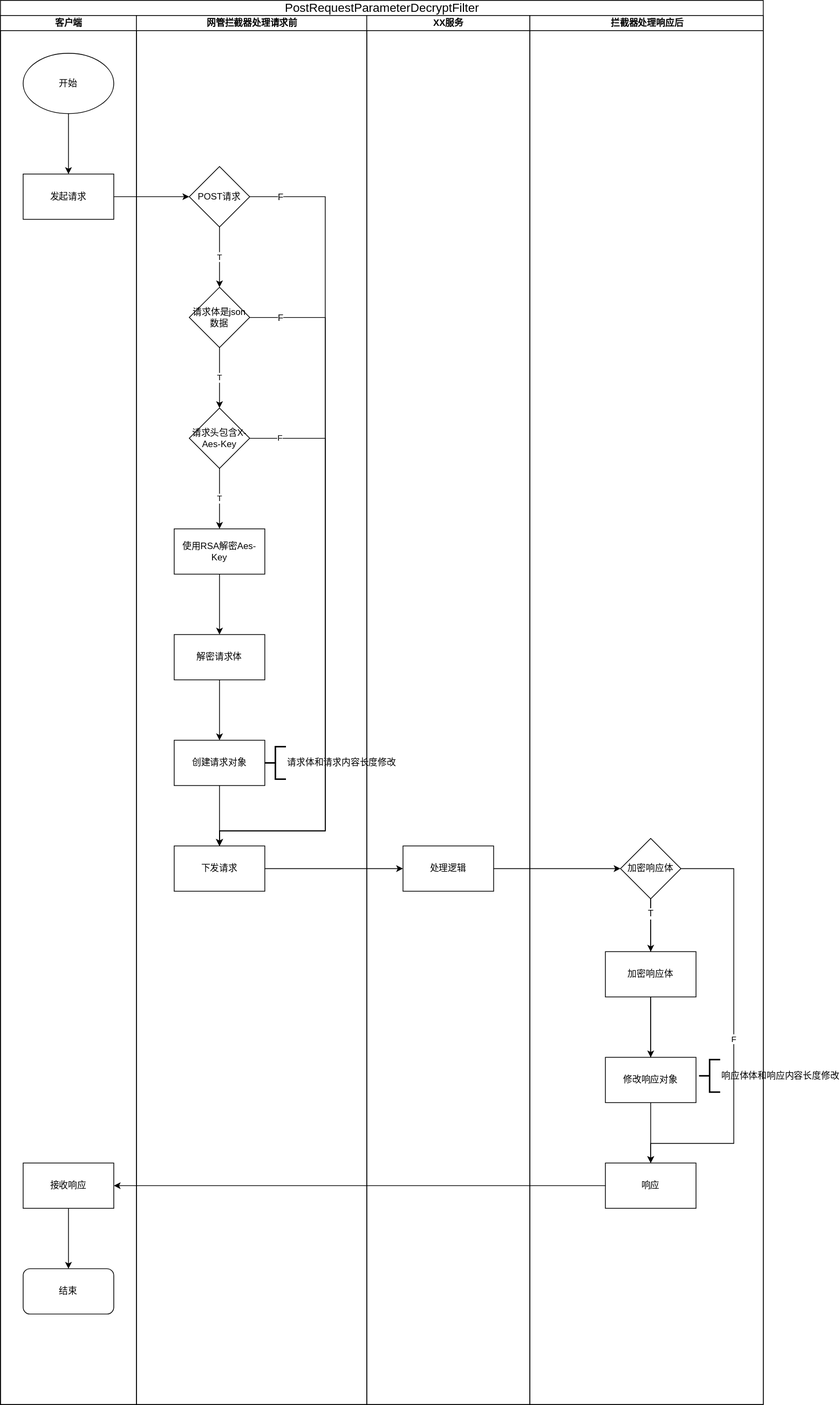
GitHubFeiLong/goudong-java keeps this draw.io diagram as goudong-gateway-server/README.assets/网关加密解密流程.svg. Above is the earlier version. Source tidied: cells renumbered, new cells last; positions are measured from the earlier drawing's top-left corner, leaving out a move shared by most shapes.
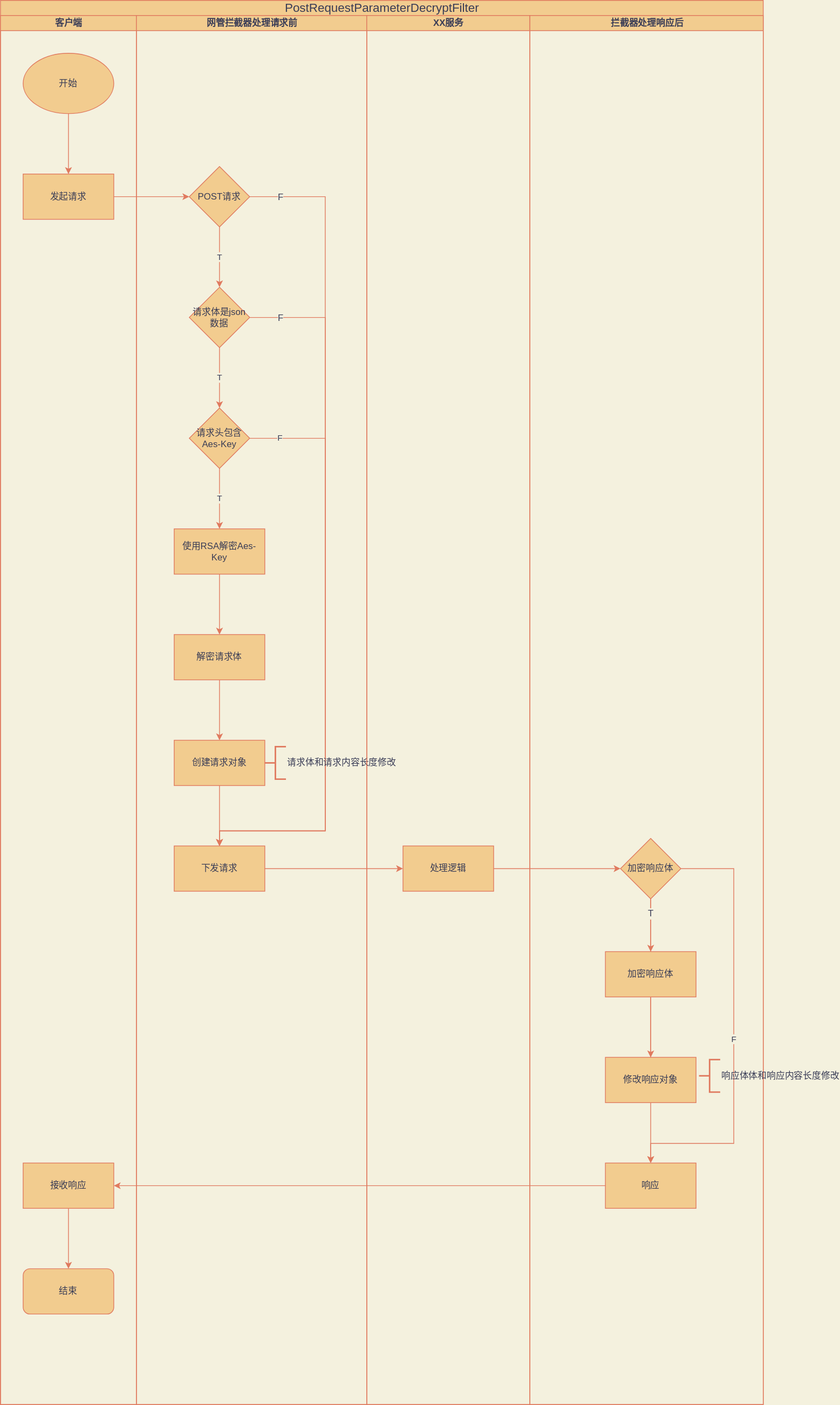
After the change.

Change to the diagram source:
```diff
@@ -1,56 +1,56 @@
-<mxGraphModel>
+<mxGraphModel background="#F4F1DE">
   <root>
     <mxCell id="0" />
     <mxCell id="1" parent="0" />
-    <mxCell id="2" value="&lt;span style=&quot;font-size: 16px ; font-weight: 400 ; white-space: normal&quot;&gt;PostRequestParameterDecryptFilter&lt;/span&gt;" style="swimlane;html=1;startSize=20;" parent="1" vertex="1">
+    <mxCell id="2" value="&lt;span style=&quot;font-size: 16px ; font-weight: 400 ; white-space: normal&quot;&gt;PostRequestParameterDecryptFilter&lt;/span&gt;" style="swimlane;html=1;startSize=20;fillColor=#F2CC8F;strokeColor=#E07A5F;fontColor=#393C56;" parent="1" vertex="1">
       <mxGeometry width="1010" height="1860" as="geometry" />
     </mxCell>
-    <mxCell id="3" value="客户端" style="swimlane;html=1;startSize=20;" parent="2" vertex="1">
+    <mxCell id="3" value="客户端" style="swimlane;html=1;startSize=20;fillColor=#F2CC8F;strokeColor=#E07A5F;fontColor=#393C56;" parent="2" vertex="1">
       <mxGeometry y="20" width="180" height="1840" as="geometry" />
     </mxCell>
-    <mxCell id="4" style="edgeStyle=orthogonalEdgeStyle;rounded=0;jettySize=auto;html=1;" parent="3" edge="1" source="5" target="6">
+    <mxCell id="4" style="edgeStyle=orthogonalEdgeStyle;rounded=0;jettySize=auto;html=1;labelBackgroundColor=#F4F1DE;strokeColor=#E07A5F;fontColor=#393C56;" parent="3" edge="1" source="5" target="6">
       <mxGeometry relative="1" as="geometry" />
     </mxCell>
-    <mxCell id="5" value="开始" style="ellipse;whiteSpace=wrap;html=1;" parent="3" vertex="1">
+    <mxCell id="5" value="开始" style="ellipse;whiteSpace=wrap;html=1;fillColor=#F2CC8F;strokeColor=#E07A5F;fontColor=#393C56;" parent="3" vertex="1">
       <mxGeometry x="30" y="50" width="120" height="80" as="geometry" />
     </mxCell>
-    <mxCell id="6" value="发起请求" style="rounded=0;whiteSpace=wrap;html=1;" parent="3" vertex="1">
+    <mxCell id="6" value="发起请求" style="rounded=0;whiteSpace=wrap;html=1;fillColor=#F2CC8F;strokeColor=#E07A5F;fontColor=#393C56;" parent="3" vertex="1">
       <mxGeometry x="30" y="210" width="120" height="60" as="geometry" />
     </mxCell>
-    <mxCell id="7" value="结束" style="rounded=1;whiteSpace=wrap;html=1;" parent="3" vertex="1">
+    <mxCell id="7" value="结束" style="rounded=1;whiteSpace=wrap;html=1;fillColor=#F2CC8F;strokeColor=#E07A5F;fontColor=#393C56;" parent="3" vertex="1">
       <mxGeometry x="30" y="1660" width="120" height="60" as="geometry" />
     </mxCell>
-    <mxCell id="8" style="edgeStyle=orthogonalEdgeStyle;rounded=0;jettySize=auto;html=1;" parent="3" edge="1" source="9" target="7">
+    <mxCell id="8" style="edgeStyle=orthogonalEdgeStyle;rounded=0;jettySize=auto;html=1;labelBackgroundColor=#F4F1DE;strokeColor=#E07A5F;fontColor=#393C56;" parent="3" edge="1" source="9" target="7">
       <mxGeometry relative="1" as="geometry" />
     </mxCell>
-    <mxCell id="9" value="接收响应" style="rounded=0;whiteSpace=wrap;html=1;" parent="3" vertex="1">
+    <mxCell id="9" value="接收响应" style="rounded=0;whiteSpace=wrap;html=1;fillColor=#F2CC8F;strokeColor=#E07A5F;fontColor=#393C56;" parent="3" vertex="1">
       <mxGeometry x="30" y="1520" width="120" height="60" as="geometry" />
     </mxCell>
-    <mxCell id="10" style="edgeStyle=orthogonalEdgeStyle;rounded=0;jettySize=auto;html=1;entryX=0;entryY=0.5;entryDx=0;entryDy=0;" parent="2" edge="1" source="29" target="32">
+    <mxCell id="10" style="edgeStyle=orthogonalEdgeStyle;rounded=0;jettySize=auto;html=1;entryX=0;entryY=0.5;entryDx=0;entryDy=0;labelBackgroundColor=#F4F1DE;strokeColor=#E07A5F;fontColor=#393C56;" parent="2" edge="1" source="29" target="32">
       <mxGeometry relative="1" as="geometry" />
     </mxCell>
-    <mxCell id="11" value="网管拦截器处理请求前" style="swimlane;html=1;startSize=20;" parent="2" vertex="1">
+    <mxCell id="11" value="网管拦截器处理请求前" style="swimlane;html=1;startSize=20;fillColor=#F2CC8F;strokeColor=#E07A5F;fontColor=#393C56;" parent="2" vertex="1">
       <mxGeometry x="180" y="20" width="305" height="1840" as="geometry" />
     </mxCell>
-    <mxCell id="12" value="T" style="edgeStyle=orthogonalEdgeStyle;rounded=0;jettySize=auto;html=1;" parent="11" edge="1" source="20" target="24">
+    <mxCell id="12" value="T" style="edgeStyle=orthogonalEdgeStyle;rounded=0;jettySize=auto;html=1;labelBackgroundColor=#F4F1DE;strokeColor=#E07A5F;fontColor=#393C56;" parent="11" edge="1" source="20" target="24">
       <mxGeometry relative="1" as="geometry" />
     </mxCell>
-    <mxCell id="13" value="T" style="edgeStyle=orthogonalEdgeStyle;rounded=0;jettySize=auto;html=1;" parent="11" edge="1" source="24" target="25">
+    <mxCell id="13" value="T" style="edgeStyle=orthogonalEdgeStyle;rounded=0;jettySize=auto;html=1;labelBackgroundColor=#F4F1DE;strokeColor=#E07A5F;fontColor=#393C56;" parent="11" edge="1" source="24" target="25">
       <mxGeometry relative="1" as="geometry" />
     </mxCell>
-    <mxCell id="14" value="T" style="edgeStyle=orthogonalEdgeStyle;rounded=0;jettySize=auto;html=1;" parent="11" edge="1" source="25" target="26">
+    <mxCell id="14" value="T" style="edgeStyle=orthogonalEdgeStyle;rounded=0;jettySize=auto;html=1;labelBackgroundColor=#F4F1DE;strokeColor=#E07A5F;fontColor=#393C56;" parent="11" edge="1" source="25" target="26">
       <mxGeometry relative="1" as="geometry" />
     </mxCell>
-    <mxCell id="15" style="edgeStyle=orthogonalEdgeStyle;rounded=0;jettySize=auto;html=1;" parent="11" edge="1" source="26" target="27">
+    <mxCell id="15" style="edgeStyle=orthogonalEdgeStyle;rounded=0;jettySize=auto;html=1;labelBackgroundColor=#F4F1DE;strokeColor=#E07A5F;fontColor=#393C56;" parent="11" edge="1" source="26" target="27">
       <mxGeometry relative="1" as="geometry" />
     </mxCell>
-    <mxCell id="16" style="edgeStyle=orthogonalEdgeStyle;rounded=0;jettySize=auto;html=1;" parent="11" edge="1" source="27" target="28">
+    <mxCell id="16" style="edgeStyle=orthogonalEdgeStyle;rounded=0;jettySize=auto;html=1;labelBackgroundColor=#F4F1DE;strokeColor=#E07A5F;fontColor=#393C56;" parent="11" edge="1" source="27" target="28">
       <mxGeometry relative="1" as="geometry" />
     </mxCell>
-    <mxCell id="17" style="edgeStyle=orthogonalEdgeStyle;rounded=0;jettySize=auto;html=1;" parent="11" edge="1" source="28" target="29">
+    <mxCell id="17" style="edgeStyle=orthogonalEdgeStyle;rounded=0;jettySize=auto;html=1;labelBackgroundColor=#F4F1DE;strokeColor=#E07A5F;fontColor=#393C56;" parent="11" edge="1" source="28" target="29">
       <mxGeometry relative="1" as="geometry" />
     </mxCell>
-    <mxCell id="18" value="F" style="edgeStyle=orthogonalEdgeStyle;rounded=0;jettySize=auto;html=1;entryX=0.5;entryY=0;entryDx=0;entryDy=0;" parent="11" edge="1" source="25" target="29">
+    <mxCell id="18" value="F" style="edgeStyle=orthogonalEdgeStyle;rounded=0;jettySize=auto;html=1;entryX=0.5;entryY=0;entryDx=0;entryDy=0;labelBackgroundColor=#F4F1DE;strokeColor=#E07A5F;fontColor=#393C56;" parent="11" edge="1" source="25" target="29">
       <mxGeometry x="-0.9" relative="1" as="geometry">
         <Array as="points">
           <mxPoint x="250" y="560" />
@@ -59,7 +59,7 @@
         </Array>
       </mxGeometry>
     </mxCell>
-    <mxCell id="19" style="edgeStyle=orthogonalEdgeStyle;rounded=0;jettySize=auto;html=1;entryX=0.5;entryY=0;entryDx=0;entryDy=0;" parent="11" edge="1" source="20" target="29">
+    <mxCell id="19" style="edgeStyle=orthogonalEdgeStyle;rounded=0;jettySize=auto;html=1;entryX=0.5;entryY=0;entryDx=0;entryDy=0;labelBackgroundColor=#F4F1DE;strokeColor=#E07A5F;fontColor=#393C56;" parent="11" edge="1" source="20" target="29">
       <mxGeometry relative="1" as="geometry">
         <Array as="points">
           <mxPoint x="250" y="240" />
@@ -68,10 +68,10 @@
         </Array>
       </mxGeometry>
     </mxCell>
-    <mxCell id="20" value="POST请求" style="rhombus;whiteSpace=wrap;html=1;" parent="11" vertex="1">
+    <mxCell id="20" value="POST请求" style="rhombus;whiteSpace=wrap;html=1;fillColor=#F2CC8F;strokeColor=#E07A5F;fontColor=#393C56;" parent="11" vertex="1">
       <mxGeometry x="70" y="200" width="80" height="80" as="geometry" />
     </mxCell>
-    <mxCell id="21" style="edgeStyle=orthogonalEdgeStyle;rounded=0;jettySize=auto;html=1;entryX=0.5;entryY=0;entryDx=0;entryDy=0;" parent="11" edge="1" source="24" target="29">
+    <mxCell id="21" style="edgeStyle=orthogonalEdgeStyle;rounded=0;jettySize=auto;html=1;entryX=0.5;entryY=0;entryDx=0;entryDy=0;labelBackgroundColor=#F4F1DE;strokeColor=#E07A5F;fontColor=#393C56;" parent="11" edge="1" source="24" target="29">
       <mxGeometry relative="1" as="geometry">
         <Array as="points">
           <mxPoint x="250" y="400" />
@@ -80,65 +80,65 @@
         </Array>
       </mxGeometry>
     </mxCell>
-    <mxCell id="22" value="F" style="text;html=1;align=center;verticalAlign=middle;labelBackgroundColor=#ffffff;" parent="21" vertex="1">
+    <mxCell id="22" value="F" style="text;html=1;align=center;verticalAlign=middle;labelBackgroundColor=#F4F1DE;fontColor=#393C56;" parent="21" vertex="1">
       <mxGeometry x="-0.21" relative="1" as="geometry">
         <mxPoint x="-60" y="-269" as="offset" />
       </mxGeometry>
     </mxCell>
-    <mxCell id="23" value="F" style="text;html=1;align=center;verticalAlign=middle;labelBackgroundColor=#ffffff;" parent="21" vertex="1">
+    <mxCell id="23" value="F" style="text;html=1;align=center;verticalAlign=middle;labelBackgroundColor=#F4F1DE;fontColor=#393C56;" parent="21" vertex="1">
       <mxGeometry x="-0.22" y="-1" relative="1" as="geometry">
         <mxPoint x="-59" y="-427" as="offset" />
       </mxGeometry>
     </mxCell>
-    <mxCell id="24" value="请求体是json数据" style="rhombus;whiteSpace=wrap;html=1;" parent="11" vertex="1">
+    <mxCell id="24" value="请求体是json数据" style="rhombus;whiteSpace=wrap;html=1;fillColor=#F2CC8F;strokeColor=#E07A5F;fontColor=#393C56;" parent="11" vertex="1">
       <mxGeometry x="70" y="360" width="80" height="80" as="geometry" />
     </mxCell>
-    <mxCell id="25" value="请求头包含Aes-Key" style="rhombus;whiteSpace=wrap;html=1;" parent="11" vertex="1">
+    <mxCell id="25" value="请求头包含Aes-Key" style="rhombus;whiteSpace=wrap;html=1;fillColor=#F2CC8F;strokeColor=#E07A5F;fontColor=#393C56;" parent="11" vertex="1">
       <mxGeometry x="70" y="520" width="80" height="80" as="geometry" />
     </mxCell>
-    <mxCell id="26" value="使用RSA解密Aes-Key" style="rounded=0;whiteSpace=wrap;html=1;" parent="11" vertex="1">
+    <mxCell id="26" value="使用RSA解密Aes-Key" style="rounded=0;whiteSpace=wrap;html=1;fillColor=#F2CC8F;strokeColor=#E07A5F;fontColor=#393C56;" parent="11" vertex="1">
       <mxGeometry x="50" y="680" width="120" height="60" as="geometry" />
     </mxCell>
-    <mxCell id="27" value="解密请求体" style="rounded=0;whiteSpace=wrap;html=1;" parent="11" vertex="1">
+    <mxCell id="27" value="解密请求体" style="rounded=0;whiteSpace=wrap;html=1;fillColor=#F2CC8F;strokeColor=#E07A5F;fontColor=#393C56;" parent="11" vertex="1">
       <mxGeometry x="50" y="820" width="120" height="60" as="geometry" />
     </mxCell>
-    <mxCell id="28" value="创建请求对象" style="rounded=0;whiteSpace=wrap;html=1;" parent="11" vertex="1">
+    <mxCell id="28" value="创建请求对象" style="rounded=0;whiteSpace=wrap;html=1;fillColor=#F2CC8F;strokeColor=#E07A5F;fontColor=#393C56;" parent="11" vertex="1">
       <mxGeometry x="50" y="960" width="120" height="60" as="geometry" />
     </mxCell>
-    <mxCell id="29" value="下发请求" style="rounded=0;whiteSpace=wrap;html=1;" parent="11" vertex="1">
+    <mxCell id="29" value="下发请求" style="rounded=0;whiteSpace=wrap;html=1;fillColor=#F2CC8F;strokeColor=#E07A5F;fontColor=#393C56;" parent="11" vertex="1">
       <mxGeometry x="50" y="1100" width="120" height="60" as="geometry" />
     </mxCell>
-    <mxCell id="30" value="请求体和请求内容长度修改" style="strokeWidth=2;html=1;shape=mxgraph.flowchart.annotation_2;align=left;labelPosition=right;" parent="11" vertex="1">
+    <mxCell id="30" value="请求体和请求内容长度修改" style="strokeWidth=2;html=1;shape=mxgraph.flowchart.annotation_2;align=left;labelPosition=right;fillColor=#F2CC8F;strokeColor=#E07A5F;fontColor=#393C56;" parent="11" vertex="1">
       <mxGeometry x="170" y="968.5" width="28" height="43" as="geometry" />
     </mxCell>
-    <mxCell id="31" value="XX服务" style="swimlane;html=1;startSize=20;" parent="2" vertex="1">
+    <mxCell id="31" value="XX服务" style="swimlane;html=1;startSize=20;fillColor=#F2CC8F;strokeColor=#E07A5F;fontColor=#393C56;" parent="2" vertex="1">
       <mxGeometry x="485" y="20" width="216" height="1840" as="geometry" />
     </mxCell>
-    <mxCell id="32" value="处理逻辑" style="rounded=0;whiteSpace=wrap;html=1;" parent="31" vertex="1">
+    <mxCell id="32" value="处理逻辑" style="rounded=0;whiteSpace=wrap;html=1;fillColor=#F2CC8F;strokeColor=#E07A5F;fontColor=#393C56;" parent="31" vertex="1">
       <mxGeometry x="48" y="1100" width="120" height="60" as="geometry" />
     </mxCell>
-    <mxCell id="33" value="拦截器处理响应后" style="swimlane;html=1;startSize=20;" parent="2" vertex="1">
+    <mxCell id="33" value="拦截器处理响应后" style="swimlane;html=1;startSize=20;fillColor=#F2CC8F;strokeColor=#E07A5F;fontColor=#393C56;" parent="2" vertex="1">
       <mxGeometry x="701" y="20" width="309" height="1840" as="geometry" />
     </mxCell>
-    <mxCell id="34" style="edgeStyle=orthogonalEdgeStyle;rounded=0;jettySize=auto;html=1;" parent="33" edge="1" source="39" target="41">
+    <mxCell id="34" style="edgeStyle=orthogonalEdgeStyle;rounded=0;jettySize=auto;html=1;labelBackgroundColor=#F4F1DE;strokeColor=#E07A5F;fontColor=#393C56;" parent="33" edge="1" source="39" target="41">
       <mxGeometry relative="1" as="geometry" />
     </mxCell>
-    <mxCell id="35" style="edgeStyle=orthogonalEdgeStyle;rounded=0;jettySize=auto;html=1;" parent="33" edge="1" source="38" target="39">
+    <mxCell id="35" style="edgeStyle=orthogonalEdgeStyle;rounded=0;jettySize=auto;html=1;labelBackgroundColor=#F4F1DE;strokeColor=#E07A5F;fontColor=#393C56;" parent="33" edge="1" source="38" target="39">
       <mxGeometry relative="1" as="geometry" />
     </mxCell>
-    <mxCell id="36" style="edgeStyle=orthogonalEdgeStyle;rounded=0;jettySize=auto;html=1;entryX=0.5;entryY=0;entryDx=0;entryDy=0;" parent="33" edge="1" source="38" target="42">
+    <mxCell id="36" style="edgeStyle=orthogonalEdgeStyle;rounded=0;jettySize=auto;html=1;entryX=0.5;entryY=0;entryDx=0;entryDy=0;labelBackgroundColor=#F4F1DE;strokeColor=#E07A5F;fontColor=#393C56;" parent="33" edge="1" source="38" target="42">
       <mxGeometry relative="1" as="geometry" />
     </mxCell>
-    <mxCell id="37" value="T" style="text;html=1;align=center;verticalAlign=middle;labelBackgroundColor=#ffffff;" parent="36" vertex="1">
+    <mxCell id="37" value="T" style="text;html=1;align=center;verticalAlign=middle;labelBackgroundColor=#F4F1DE;fontColor=#393C56;" parent="36" vertex="1">
       <mxGeometry x="-0.89" y="-1" relative="1" as="geometry" />
     </mxCell>
-    <mxCell id="38" value="加密响应体" style="rhombus;whiteSpace=wrap;html=1;" parent="33" vertex="1">
+    <mxCell id="38" value="加密响应体" style="rhombus;whiteSpace=wrap;html=1;fillColor=#F2CC8F;strokeColor=#E07A5F;fontColor=#393C56;" parent="33" vertex="1">
       <mxGeometry x="120" y="1090" width="80" height="80" as="geometry" />
     </mxCell>
-    <mxCell id="39" value="加密响应体" style="rounded=0;whiteSpace=wrap;html=1;" parent="33" vertex="1">
+    <mxCell id="39" value="加密响应体" style="rounded=0;whiteSpace=wrap;html=1;fillColor=#F2CC8F;strokeColor=#E07A5F;fontColor=#393C56;" parent="33" vertex="1">
       <mxGeometry x="100" y="1240" width="120" height="60" as="geometry" />
     </mxCell>
-    <mxCell id="40" value="F" style="edgeStyle=orthogonalEdgeStyle;rounded=0;jettySize=auto;html=1;exitX=1;exitY=0.5;exitDx=0;exitDy=0;" parent="33" edge="1" source="38" target="42">
+    <mxCell id="40" value="F" style="edgeStyle=orthogonalEdgeStyle;rounded=0;jettySize=auto;html=1;exitX=1;exitY=0.5;exitDx=0;exitDy=0;labelBackgroundColor=#F4F1DE;strokeColor=#E07A5F;fontColor=#393C56;" parent="33" edge="1" source="38" target="42">
       <mxGeometry x="0.04" relative="1" as="geometry">
         <Array as="points">
           <mxPoint x="270" y="1130" />
@@ -147,22 +147,22 @@
         </Array>
       </mxGeometry>
     </mxCell>
-    <mxCell id="41" value="修改响应对象" style="rounded=0;whiteSpace=wrap;html=1;" parent="33" vertex="1">
+    <mxCell id="41" value="修改响应对象" style="rounded=0;whiteSpace=wrap;html=1;fillColor=#F2CC8F;strokeColor=#E07A5F;fontColor=#393C56;" parent="33" vertex="1">
       <mxGeometry x="100" y="1380" width="120" height="60" as="geometry" />
     </mxCell>
-    <mxCell id="42" value="响应" style="rounded=0;whiteSpace=wrap;html=1;" parent="33" vertex="1">
+    <mxCell id="42" value="响应" style="rounded=0;whiteSpace=wrap;html=1;fillColor=#F2CC8F;strokeColor=#E07A5F;fontColor=#393C56;" parent="33" vertex="1">
       <mxGeometry x="100" y="1520" width="120" height="60" as="geometry" />
     </mxCell>
-    <mxCell id="43" value="响应体体和响应内容长度修改" style="strokeWidth=2;html=1;shape=mxgraph.flowchart.annotation_2;align=left;labelPosition=right;direction=east;" parent="33" vertex="1">
+    <mxCell id="43" value="响应体体和响应内容长度修改" style="strokeWidth=2;html=1;shape=mxgraph.flowchart.annotation_2;align=left;labelPosition=right;direction=east;fillColor=#F2CC8F;strokeColor=#E07A5F;fontColor=#393C56;" parent="33" vertex="1">
       <mxGeometry x="224" y="1383" width="28" height="43" as="geometry" />
     </mxCell>
-    <mxCell id="44" style="edgeStyle=orthogonalEdgeStyle;rounded=0;jettySize=auto;html=1;entryX=0;entryY=0.5;entryDx=0;entryDy=0;" parent="2" edge="1" source="6" target="20">
+    <mxCell id="44" style="edgeStyle=orthogonalEdgeStyle;rounded=0;jettySize=auto;html=1;entryX=0;entryY=0.5;entryDx=0;entryDy=0;labelBackgroundColor=#F4F1DE;strokeColor=#E07A5F;fontColor=#393C56;" parent="2" edge="1" source="6" target="20">
       <mxGeometry relative="1" as="geometry" />
     </mxCell>
-    <mxCell id="45" style="edgeStyle=orthogonalEdgeStyle;rounded=0;jettySize=auto;html=1;entryX=1;entryY=0.5;entryDx=0;entryDy=0;" parent="2" edge="1" source="42" target="9">
+    <mxCell id="45" style="edgeStyle=orthogonalEdgeStyle;rounded=0;jettySize=auto;html=1;entryX=1;entryY=0.5;entryDx=0;entryDy=0;labelBackgroundColor=#F4F1DE;strokeColor=#E07A5F;fontColor=#393C56;" parent="2" edge="1" source="42" target="9">
       <mxGeometry relative="1" as="geometry" />
     </mxCell>
-    <mxCell id="46" style="edgeStyle=orthogonalEdgeStyle;rounded=0;jettySize=auto;html=1;entryX=0;entryY=0.5;entryDx=0;entryDy=0;" parent="2" edge="1" source="32" target="38">
+    <mxCell id="46" style="edgeStyle=orthogonalEdgeStyle;rounded=0;jettySize=auto;html=1;entryX=0;entryY=0.5;entryDx=0;entryDy=0;labelBackgroundColor=#F4F1DE;strokeColor=#E07A5F;fontColor=#393C56;" parent="2" edge="1" source="32" target="38">
       <mxGeometry relative="1" as="geometry" />
     </mxCell>
   </root>
```
